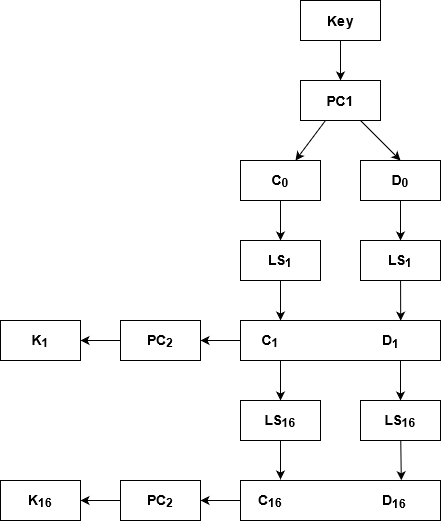
Earlier version of the draw.io export img/schedulation.png (AlbertoSpinella/des-3des-js). Source tidied: cells renumbered, new cells last; positions are measured from the earlier drawing's top-left corner, leaving out a move shared by most shapes. Source of this version:
```xml
<mxGraphModel background="#ffffff">
  <root>
    <mxCell id="0" />
    <mxCell id="1" parent="0" />
    <mxCell id="2" style="edgeStyle=orthogonalEdgeStyle;rounded=0;jettySize=auto;html=1;entryX=0.5;entryY=0;entryDx=0;entryDy=0;" parent="1" edge="1" source="3" target="6">
      <mxGeometry relative="1" as="geometry" />
    </mxCell>
    <mxCell id="3" value="&lt;font style=&quot;font-size: 14px&quot;&gt;&lt;b&gt;Key&lt;/b&gt;&lt;/font&gt;" style="rounded=0;whiteSpace=wrap;html=1;" parent="1" vertex="1">
      <mxGeometry x="300" width="80" height="40" as="geometry" />
    </mxCell>
    <mxCell id="4" style="rounded=0;jettySize=auto;html=1;" parent="1" edge="1" source="6" target="8">
      <mxGeometry relative="1" as="geometry" />
    </mxCell>
    <mxCell id="5" style="edgeStyle=none;rounded=0;jettySize=auto;html=1;entryX=0.5;entryY=0;entryDx=0;entryDy=0;" parent="1" edge="1" source="6" target="10">
      <mxGeometry relative="1" as="geometry" />
    </mxCell>
    <mxCell id="6" value="&lt;font style=&quot;font-size: 14px&quot;&gt;&lt;b&gt;PC1&lt;/b&gt;&lt;/font&gt;" style="rounded=0;whiteSpace=wrap;html=1;" parent="1" vertex="1">
      <mxGeometry x="300" y="80" width="80" height="40" as="geometry" />
    </mxCell>
    <mxCell id="7" style="edgeStyle=none;rounded=0;jettySize=auto;html=1;entryX=0.5;entryY=0;entryDx=0;entryDy=0;" parent="1" edge="1" source="8" target="12">
      <mxGeometry relative="1" as="geometry" />
    </mxCell>
    <mxCell id="8" value="&lt;font style=&quot;font-size: 14px&quot;&gt;&lt;b&gt;C&lt;sub&gt;0&lt;/sub&gt;&lt;/b&gt;&lt;/font&gt;" style="rounded=0;whiteSpace=wrap;html=1;" parent="1" vertex="1">
      <mxGeometry x="240" y="160" width="80" height="40" as="geometry" />
    </mxCell>
    <mxCell id="9" style="edgeStyle=none;rounded=0;jettySize=auto;html=1;entryX=0.5;entryY=0;entryDx=0;entryDy=0;" parent="1" edge="1" source="10" target="14">
      <mxGeometry relative="1" as="geometry" />
    </mxCell>
    <mxCell id="10" value="&lt;font style=&quot;font-size: 14px&quot;&gt;&lt;b&gt;D&lt;sub&gt;0&lt;/sub&gt;&lt;/b&gt;&lt;/font&gt;" style="rounded=0;whiteSpace=wrap;html=1;" parent="1" vertex="1">
      <mxGeometry x="360" y="160" width="80" height="40" as="geometry" />
    </mxCell>
    <mxCell id="11" style="edgeStyle=none;rounded=0;jettySize=auto;html=1;" parent="1" edge="1" source="12">
      <mxGeometry relative="1" as="geometry">
        <mxPoint x="280" y="320" as="targetPoint" />
      </mxGeometry>
    </mxCell>
    <mxCell id="12" value="&lt;font style=&quot;font-size: 14px&quot;&gt;&lt;b&gt;LS&lt;sub&gt;1&lt;/sub&gt;&lt;/b&gt;&lt;/font&gt;" style="rounded=0;whiteSpace=wrap;html=1;" parent="1" vertex="1">
      <mxGeometry x="240" y="240" width="80" height="40" as="geometry" />
    </mxCell>
    <mxCell id="13" style="edgeStyle=none;rounded=0;jettySize=auto;html=1;entryX=0.801;entryY=0.006;entryDx=0;entryDy=0;entryPerimeter=0;" parent="1" edge="1" source="14" target="18">
      <mxGeometry relative="1" as="geometry" />
    </mxCell>
    <mxCell id="14" value="&lt;font style=&quot;font-size: 14px&quot;&gt;&lt;b&gt;LS&lt;sub&gt;1&lt;/sub&gt;&lt;/b&gt;&lt;/font&gt;" style="rounded=0;whiteSpace=wrap;html=1;" parent="1" vertex="1">
      <mxGeometry x="360" y="240" width="80" height="40" as="geometry" />
    </mxCell>
    <mxCell id="15" style="edgeStyle=none;rounded=0;jettySize=auto;html=1;entryX=0.5;entryY=0;entryDx=0;entryDy=0;exitX=0.2;exitY=1.008;exitDx=0;exitDy=0;exitPerimeter=0;" parent="1" edge="1" source="18" target="20">
      <mxGeometry relative="1" as="geometry" />
    </mxCell>
    <mxCell id="16" style="edgeStyle=none;rounded=0;jettySize=auto;html=1;entryX=0.5;entryY=0;entryDx=0;entryDy=0;exitX=0.8;exitY=1;exitDx=0;exitDy=0;exitPerimeter=0;" parent="1" edge="1" source="18" target="22">
      <mxGeometry relative="1" as="geometry" />
    </mxCell>
    <mxCell id="17" style="edgeStyle=none;rounded=0;jettySize=auto;html=1;entryX=1;entryY=0.5;entryDx=0;entryDy=0;" parent="1" edge="1" source="18" target="26">
      <mxGeometry relative="1" as="geometry" />
    </mxCell>
    <mxCell id="18" style="rounded=0;whiteSpace=wrap;html=1;" parent="1" vertex="1">
      <mxGeometry x="240" y="320" width="200" height="40" as="geometry" />
    </mxCell>
    <mxCell id="19" style="edgeStyle=none;rounded=0;jettySize=auto;html=1;" parent="1" edge="1" source="20">
      <mxGeometry relative="1" as="geometry">
        <mxPoint x="280" y="479" as="targetPoint" />
      </mxGeometry>
    </mxCell>
    <mxCell id="20" value="&lt;font style=&quot;font-size: 14px&quot;&gt;&lt;b&gt;LS&lt;sub&gt;16&lt;/sub&gt;&lt;/b&gt;&lt;/font&gt;" style="rounded=0;whiteSpace=wrap;html=1;" parent="1" vertex="1">
      <mxGeometry x="240" y="400" width="80" height="40" as="geometry" />
    </mxCell>
    <mxCell id="21" style="edgeStyle=none;rounded=0;jettySize=auto;html=1;entryX=0.804;entryY=-0.006;entryDx=0;entryDy=0;entryPerimeter=0;" parent="1" edge="1" source="22" target="24">
      <mxGeometry relative="1" as="geometry" />
    </mxCell>
    <mxCell id="22" value="&lt;font style=&quot;font-size: 14px&quot;&gt;&lt;b&gt;LS&lt;sub&gt;16&lt;/sub&gt;&lt;/b&gt;&lt;/font&gt;" style="rounded=0;whiteSpace=wrap;html=1;" parent="1" vertex="1">
      <mxGeometry x="360" y="400" width="80" height="40" as="geometry" />
    </mxCell>
    <mxCell id="23" style="edgeStyle=none;rounded=0;jettySize=auto;html=1;entryX=1;entryY=0.5;entryDx=0;entryDy=0;" parent="1" edge="1" source="24" target="29">
      <mxGeometry relative="1" as="geometry" />
    </mxCell>
    <mxCell id="24" style="rounded=0;whiteSpace=wrap;html=1;" parent="1" vertex="1">
      <mxGeometry x="240" y="480" width="200" height="40" as="geometry" />
    </mxCell>
    <mxCell id="25" style="edgeStyle=none;rounded=0;jettySize=auto;html=1;entryX=1;entryY=0.5;entryDx=0;entryDy=0;" parent="1" edge="1" source="26" target="27">
      <mxGeometry relative="1" as="geometry" />
    </mxCell>
    <mxCell id="26" value="&lt;font style=&quot;font-size: 14px&quot;&gt;&lt;b&gt;PC&lt;sub&gt;2&lt;/sub&gt;&lt;/b&gt;&lt;/font&gt;" style="rounded=0;whiteSpace=wrap;html=1;" parent="1" vertex="1">
      <mxGeometry x="120" y="320" width="80" height="40" as="geometry" />
    </mxCell>
    <mxCell id="27" value="&lt;font style=&quot;font-size: 14px&quot;&gt;&lt;b&gt;K&lt;sub&gt;1&lt;/sub&gt;&lt;/b&gt;&lt;/font&gt;" style="rounded=0;whiteSpace=wrap;html=1;" parent="1" vertex="1">
      <mxGeometry y="320" width="80" height="40" as="geometry" />
    </mxCell>
    <mxCell id="28" style="edgeStyle=none;rounded=0;jettySize=auto;html=1;entryX=1;entryY=0.5;entryDx=0;entryDy=0;" parent="1" edge="1" source="29" target="30">
      <mxGeometry relative="1" as="geometry" />
    </mxCell>
    <mxCell id="29" value="&lt;font style=&quot;font-size: 14px&quot;&gt;&lt;b&gt;PC&lt;sub&gt;2&lt;/sub&gt;&lt;/b&gt;&lt;/font&gt;" style="rounded=0;whiteSpace=wrap;html=1;" parent="1" vertex="1">
      <mxGeometry x="120" y="480" width="80" height="40" as="geometry" />
    </mxCell>
    <mxCell id="30" value="&lt;font style=&quot;font-size: 14px&quot;&gt;&lt;b&gt;K&lt;sub&gt;16&lt;/sub&gt;&lt;/b&gt;&lt;/font&gt;" style="rounded=0;whiteSpace=wrap;html=1;" parent="1" vertex="1">
      <mxGeometry y="480" width="80" height="40" as="geometry" />
    </mxCell>
    <mxCell id="31" value="&lt;font style=&quot;font-size: 14px&quot;&gt;&lt;b&gt;C&lt;sub&gt;1&lt;/sub&gt;&lt;/b&gt;&lt;/font&gt;" style="text;html=1;strokeColor=none;fillColor=none;align=center;verticalAlign=middle;whiteSpace=wrap;rounded=0;" parent="1" vertex="1">
      <mxGeometry x="250" y="330" width="40" height="20" as="geometry" />
    </mxCell>
    <mxCell id="32" value="&lt;font style=&quot;font-size: 14px&quot;&gt;&lt;b&gt;D&lt;sub&gt;1&lt;/sub&gt;&lt;/b&gt;&lt;/font&gt;" style="text;whiteSpace=wrap;html=1;" parent="1" vertex="1">
      <mxGeometry x="380" y="325" width="40" height="30" as="geometry" />
    </mxCell>
    <mxCell id="33" value="&lt;font style=&quot;font-size: 14px&quot;&gt;&lt;b&gt;C&lt;sub&gt;16&lt;/sub&gt;&lt;/b&gt;&lt;/font&gt;" style="text;html=1;strokeColor=none;fillColor=none;align=center;verticalAlign=middle;whiteSpace=wrap;rounded=0;" parent="1" vertex="1">
      <mxGeometry x="250" y="490" width="40" height="20" as="geometry" />
    </mxCell>
    <mxCell id="34" value="&lt;font style=&quot;font-size: 14px&quot;&gt;&lt;b&gt;D&lt;sub&gt;16&lt;/sub&gt;&lt;/b&gt;&lt;/font&gt;" style="text;whiteSpace=wrap;html=1;" parent="1" vertex="1">
      <mxGeometry x="380" y="485" width="40" height="30" as="geometry" />
    </mxCell>
  </root>
</mxGraphModel>
```
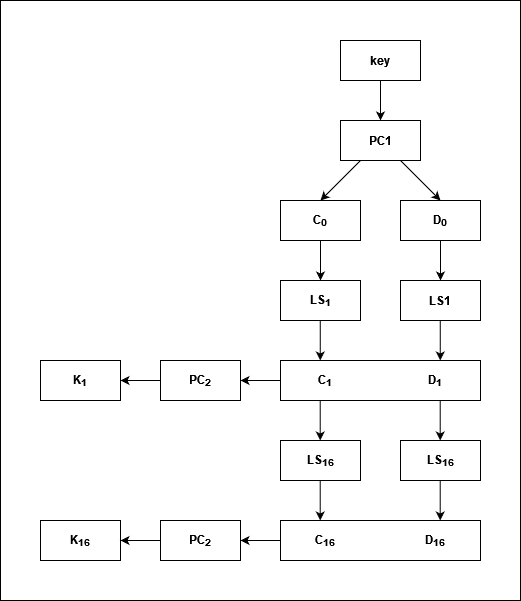
Later version of the same file.

The edit, as a diff of the source:
```diff
@@ -1,109 +1,117 @@
-<mxGraphModel background="#ffffff">
+<mxGraphModel>
   <root>
     <mxCell id="0" />
     <mxCell id="1" parent="0" />
-    <mxCell id="2" style="edgeStyle=orthogonalEdgeStyle;rounded=0;jettySize=auto;html=1;entryX=0.5;entryY=0;entryDx=0;entryDy=0;" parent="1" edge="1" source="3" target="6">
-      <mxGeometry relative="1" as="geometry" />
-    </mxCell>
-    <mxCell id="3" value="&lt;font style=&quot;font-size: 14px&quot;&gt;&lt;b&gt;Key&lt;/b&gt;&lt;/font&gt;" style="rounded=0;whiteSpace=wrap;html=1;" parent="1" vertex="1">
-      <mxGeometry x="300" width="80" height="40" as="geometry" />
-    </mxCell>
+    <mxCell id="35" style="rounded=0;whiteSpace=wrap;html=1;" parent="1" vertex="1">
+      <mxGeometry x="-40" y="-40" width="520" height="600" as="geometry" />
+    </mxCell>
+    <mxCell id="36" style="edgeStyle=orthogonalEdgeStyle;rounded=0;jettySize=auto;html=1;entryX=0.5;entryY=0;entryDx=0;entryDy=0;fontStyle=1;" parent="1" edge="1" source="37" target="6">
+      <mxGeometry relative="1" as="geometry" />
+    </mxCell>
+    <mxCell id="37" value="key" style="rounded=0;whiteSpace=wrap;html=1;fontStyle=1;" parent="1" vertex="1">
+      <mxGeometry x="300" width="80" height="40" as="geometry" />
+    </mxCell>
-    <mxCell id="4" style="rounded=0;jettySize=auto;html=1;" parent="1" edge="1" source="6" target="8">
+    <mxCell id="4" style="rounded=0;jettySize=auto;html=1;entryX=0.5;entryY=0;entryDx=0;entryDy=0;fontStyle=1;" parent="1" edge="1" source="6" target="8">
       <mxGeometry relative="1" as="geometry" />
     </mxCell>
-    <mxCell id="5" style="edgeStyle=none;rounded=0;jettySize=auto;html=1;entryX=0.5;entryY=0;entryDx=0;entryDy=0;" parent="1" edge="1" source="6" target="10">
+    <mxCell id="5" style="edgeStyle=none;rounded=0;jettySize=auto;html=1;entryX=0.5;entryY=0;entryDx=0;entryDy=0;fontStyle=1;" parent="1" edge="1" source="6" target="10">
       <mxGeometry relative="1" as="geometry" />
     </mxCell>
-    <mxCell id="6" value="&lt;font style=&quot;font-size: 14px&quot;&gt;&lt;b&gt;PC1&lt;/b&gt;&lt;/font&gt;" style="rounded=0;whiteSpace=wrap;html=1;" parent="1" vertex="1">
+    <mxCell id="6" value="PC1" style="rounded=0;whiteSpace=wrap;html=1;fontStyle=1;" parent="1" vertex="1">
       <mxGeometry x="300" y="80" width="80" height="40" as="geometry" />
     </mxCell>
-    <mxCell id="7" style="edgeStyle=none;rounded=0;jettySize=auto;html=1;entryX=0.5;entryY=0;entryDx=0;entryDy=0;" parent="1" edge="1" source="8" target="12">
-      <mxGeometry relative="1" as="geometry" />
-    </mxCell>
+    <mxCell id="38" style="edgeStyle=none;rounded=0;jettySize=auto;html=1;entryX=0.5;entryY=0;entryDx=0;entryDy=0;fontStyle=1;" parent="1" edge="1" source="10" target="41">
+      <mxGeometry relative="1" as="geometry" />
+    </mxCell>
+    <mxCell id="10" value="D&lt;sub&gt;0&lt;/sub&gt;" style="rounded=0;whiteSpace=wrap;html=1;fontStyle=1;" parent="1" vertex="1">
+      <mxGeometry x="360" y="160" width="80" height="40" as="geometry" />
+    </mxCell>
+    <mxCell id="39" style="edgeStyle=none;rounded=0;jettySize=auto;html=1;entryX=0.5;entryY=0;entryDx=0;entryDy=0;fontStyle=1;" parent="1" edge="1" source="8" target="40">
+      <mxGeometry relative="1" as="geometry" />
+    </mxCell>
-    <mxCell id="8" value="&lt;font style=&quot;font-size: 14px&quot;&gt;&lt;b&gt;C&lt;sub&gt;0&lt;/sub&gt;&lt;/b&gt;&lt;/font&gt;" style="rounded=0;whiteSpace=wrap;html=1;" parent="1" vertex="1">
+    <mxCell id="8" value="C&lt;sub&gt;0&lt;/sub&gt;" style="rounded=0;whiteSpace=wrap;html=1;fontStyle=1;" parent="1" vertex="1">
       <mxGeometry x="240" y="160" width="80" height="40" as="geometry" />
     </mxCell>
-    <mxCell id="9" style="edgeStyle=none;rounded=0;jettySize=auto;html=1;entryX=0.5;entryY=0;entryDx=0;entryDy=0;" parent="1" edge="1" source="10" target="14">
-      <mxGeometry relative="1" as="geometry" />
-    </mxCell>
-    <mxCell id="10" value="&lt;font style=&quot;font-size: 14px&quot;&gt;&lt;b&gt;D&lt;sub&gt;0&lt;/sub&gt;&lt;/b&gt;&lt;/font&gt;" style="rounded=0;whiteSpace=wrap;html=1;" parent="1" vertex="1">
-      <mxGeometry x="360" y="160" width="80" height="40" as="geometry" />
-    </mxCell>
-    <mxCell id="11" style="edgeStyle=none;rounded=0;jettySize=auto;html=1;" parent="1" edge="1" source="12">
-      <mxGeometry relative="1" as="geometry">
-        <mxPoint x="280" y="320" as="targetPoint" />
-      </mxGeometry>
-    </mxCell>
-    <mxCell id="12" value="&lt;font style=&quot;font-size: 14px&quot;&gt;&lt;b&gt;LS&lt;sub&gt;1&lt;/sub&gt;&lt;/b&gt;&lt;/font&gt;" style="rounded=0;whiteSpace=wrap;html=1;" parent="1" vertex="1">
-      <mxGeometry x="240" y="240" width="80" height="40" as="geometry" />
-    </mxCell>
-    <mxCell id="13" style="edgeStyle=none;rounded=0;jettySize=auto;html=1;entryX=0.801;entryY=0.006;entryDx=0;entryDy=0;entryPerimeter=0;" parent="1" edge="1" source="14" target="18">
-      <mxGeometry relative="1" as="geometry" />
-    </mxCell>
-    <mxCell id="14" value="&lt;font style=&quot;font-size: 14px&quot;&gt;&lt;b&gt;LS&lt;sub&gt;1&lt;/sub&gt;&lt;/b&gt;&lt;/font&gt;" style="rounded=0;whiteSpace=wrap;html=1;" parent="1" vertex="1">
-      <mxGeometry x="360" y="240" width="80" height="40" as="geometry" />
-    </mxCell>
-    <mxCell id="15" style="edgeStyle=none;rounded=0;jettySize=auto;html=1;entryX=0.5;entryY=0;entryDx=0;entryDy=0;exitX=0.2;exitY=1.008;exitDx=0;exitDy=0;exitPerimeter=0;" parent="1" edge="1" source="18" target="20">
-      <mxGeometry relative="1" as="geometry" />
-    </mxCell>
-    <mxCell id="16" style="edgeStyle=none;rounded=0;jettySize=auto;html=1;entryX=0.5;entryY=0;entryDx=0;entryDy=0;exitX=0.8;exitY=1;exitDx=0;exitDy=0;exitPerimeter=0;" parent="1" edge="1" source="18" target="22">
-      <mxGeometry relative="1" as="geometry" />
-    </mxCell>
-    <mxCell id="17" style="edgeStyle=none;rounded=0;jettySize=auto;html=1;entryX=1;entryY=0.5;entryDx=0;entryDy=0;" parent="1" edge="1" source="18" target="26">
-      <mxGeometry relative="1" as="geometry" />
-    </mxCell>
-    <mxCell id="18" style="rounded=0;whiteSpace=wrap;html=1;" parent="1" vertex="1">
-      <mxGeometry x="240" y="320" width="200" height="40" as="geometry" />
-    </mxCell>
-    <mxCell id="19" style="edgeStyle=none;rounded=0;jettySize=auto;html=1;" parent="1" edge="1" source="20">
-      <mxGeometry relative="1" as="geometry">
-        <mxPoint x="280" y="479" as="targetPoint" />
-      </mxGeometry>
-    </mxCell>
-    <mxCell id="20" value="&lt;font style=&quot;font-size: 14px&quot;&gt;&lt;b&gt;LS&lt;sub&gt;16&lt;/sub&gt;&lt;/b&gt;&lt;/font&gt;" style="rounded=0;whiteSpace=wrap;html=1;" parent="1" vertex="1">
-      <mxGeometry x="240" y="400" width="80" height="40" as="geometry" />
-    </mxCell>
-    <mxCell id="21" style="edgeStyle=none;rounded=0;jettySize=auto;html=1;entryX=0.804;entryY=-0.006;entryDx=0;entryDy=0;entryPerimeter=0;" parent="1" edge="1" source="22" target="24">
-      <mxGeometry relative="1" as="geometry" />
-    </mxCell>
-    <mxCell id="22" value="&lt;font style=&quot;font-size: 14px&quot;&gt;&lt;b&gt;LS&lt;sub&gt;16&lt;/sub&gt;&lt;/b&gt;&lt;/font&gt;" style="rounded=0;whiteSpace=wrap;html=1;" parent="1" vertex="1">
-      <mxGeometry x="360" y="400" width="80" height="40" as="geometry" />
-    </mxCell>
-    <mxCell id="23" style="edgeStyle=none;rounded=0;jettySize=auto;html=1;entryX=1;entryY=0.5;entryDx=0;entryDy=0;" parent="1" edge="1" source="24" target="29">
-      <mxGeometry relative="1" as="geometry" />
-    </mxCell>
-    <mxCell id="24" style="rounded=0;whiteSpace=wrap;html=1;" parent="1" vertex="1">
-      <mxGeometry x="240" y="480" width="200" height="40" as="geometry" />
-    </mxCell>
-    <mxCell id="25" style="edgeStyle=none;rounded=0;jettySize=auto;html=1;entryX=1;entryY=0.5;entryDx=0;entryDy=0;" parent="1" edge="1" source="26" target="27">
-      <mxGeometry relative="1" as="geometry" />
-    </mxCell>
-    <mxCell id="26" value="&lt;font style=&quot;font-size: 14px&quot;&gt;&lt;b&gt;PC&lt;sub&gt;2&lt;/sub&gt;&lt;/b&gt;&lt;/font&gt;" style="rounded=0;whiteSpace=wrap;html=1;" parent="1" vertex="1">
-      <mxGeometry x="120" y="320" width="80" height="40" as="geometry" />
-    </mxCell>
+    <mxCell id="40" value="LS&lt;sub&gt;1&lt;/sub&gt;" style="rounded=0;whiteSpace=wrap;html=1;fontStyle=1;" parent="1" vertex="1">
+      <mxGeometry x="240" y="240" width="80" height="40" as="geometry" />
+    </mxCell>
+    <mxCell id="41" value="LS1" style="rounded=0;whiteSpace=wrap;html=1;fontStyle=1;" parent="1" vertex="1">
+      <mxGeometry x="360" y="240" width="80" height="40" as="geometry" />
+    </mxCell>
+    <mxCell id="42" style="edgeStyle=none;rounded=0;jettySize=auto;html=1;entryX=1;entryY=0.5;entryDx=0;entryDy=0;fontStyle=1;" parent="1" edge="1" source="43" target="49">
+      <mxGeometry relative="1" as="geometry" />
+    </mxCell>
+    <mxCell id="43" value="C&lt;sub&gt;1&lt;/sub&gt;&amp;nbsp; &amp;nbsp; &amp;nbsp; &amp;nbsp; &amp;nbsp; &amp;nbsp; &amp;nbsp; &amp;nbsp; &amp;nbsp; &amp;nbsp; &amp;nbsp; &amp;nbsp; &amp;nbsp; &amp;nbsp; &amp;nbsp; &amp;nbsp; D&lt;sub&gt;1&lt;/sub&gt;" style="rounded=0;whiteSpace=wrap;html=1;fontStyle=1;" parent="1" vertex="1">
+      <mxGeometry x="240" y="320" width="200" height="40" as="geometry" />
+    </mxCell>
+    <mxCell id="44" value="LS&lt;sub&gt;16&lt;/sub&gt;" style="rounded=0;whiteSpace=wrap;html=1;fontStyle=1;" parent="1" vertex="1">
+      <mxGeometry x="240" y="400" width="80" height="40" as="geometry" />
+    </mxCell>
+    <mxCell id="45" value="LS&lt;sub&gt;16&lt;/sub&gt;" style="rounded=0;whiteSpace=wrap;html=1;fontStyle=1;" parent="1" vertex="1">
+      <mxGeometry x="360" y="400" width="80" height="40" as="geometry" />
+    </mxCell>
+    <mxCell id="46" style="edgeStyle=none;rounded=0;jettySize=auto;html=1;fontStyle=1;" parent="1" edge="1" source="47" target="51">
+      <mxGeometry relative="1" as="geometry" />
+    </mxCell>
+    <mxCell id="47" value="C&lt;sub&gt;16&lt;/sub&gt;&amp;nbsp;&amp;nbsp;&amp;nbsp;&amp;nbsp;&amp;nbsp;&amp;nbsp;&amp;nbsp;&amp;nbsp;&amp;nbsp;&amp;nbsp;&amp;nbsp;&amp;nbsp;&amp;nbsp;&amp;nbsp;&amp;nbsp;&amp;nbsp;&amp;nbsp;&amp;nbsp;&amp;nbsp;&amp;nbsp;&amp;nbsp;&amp;nbsp;&amp;nbsp;&amp;nbsp;&amp;nbsp;&amp;nbsp;&amp;nbsp;&amp;nbsp;&amp;nbsp; D&lt;sub&gt;16&lt;/sub&gt;" style="rounded=0;whiteSpace=wrap;html=1;fontStyle=1;" parent="1" vertex="1">
+      <mxGeometry x="240" y="480" width="200" height="40" as="geometry" />
+    </mxCell>
+    <mxCell id="48" style="edgeStyle=none;rounded=0;jettySize=auto;html=1;fontStyle=1;" parent="1" edge="1" source="49" target="27">
+      <mxGeometry relative="1" as="geometry" />
+    </mxCell>
+    <mxCell id="49" value="PC&lt;sub&gt;2&lt;/sub&gt;" style="rounded=0;whiteSpace=wrap;html=1;fontStyle=1;" parent="1" vertex="1">
+      <mxGeometry x="120" y="320" width="80" height="40" as="geometry" />
+    </mxCell>
-    <mxCell id="27" value="&lt;font style=&quot;font-size: 14px&quot;&gt;&lt;b&gt;K&lt;sub&gt;1&lt;/sub&gt;&lt;/b&gt;&lt;/font&gt;" style="rounded=0;whiteSpace=wrap;html=1;" parent="1" vertex="1">
+    <mxCell id="27" value="K&lt;sub&gt;1&lt;/sub&gt;" style="rounded=0;whiteSpace=wrap;html=1;fontStyle=1;" parent="1" vertex="1">
       <mxGeometry y="320" width="80" height="40" as="geometry" />
     </mxCell>
-    <mxCell id="28" style="edgeStyle=none;rounded=0;jettySize=auto;html=1;entryX=1;entryY=0.5;entryDx=0;entryDy=0;" parent="1" edge="1" source="29" target="30">
-      <mxGeometry relative="1" as="geometry" />
-    </mxCell>
-    <mxCell id="29" value="&lt;font style=&quot;font-size: 14px&quot;&gt;&lt;b&gt;PC&lt;sub&gt;2&lt;/sub&gt;&lt;/b&gt;&lt;/font&gt;" style="rounded=0;whiteSpace=wrap;html=1;" parent="1" vertex="1">
-      <mxGeometry x="120" y="480" width="80" height="40" as="geometry" />
-    </mxCell>
-    <mxCell id="30" value="&lt;font style=&quot;font-size: 14px&quot;&gt;&lt;b&gt;K&lt;sub&gt;16&lt;/sub&gt;&lt;/b&gt;&lt;/font&gt;" style="rounded=0;whiteSpace=wrap;html=1;" parent="1" vertex="1">
+    <mxCell id="30" value="K&lt;sub&gt;16&lt;/sub&gt;" style="rounded=0;whiteSpace=wrap;html=1;fontStyle=1;" parent="1" vertex="1">
       <mxGeometry y="480" width="80" height="40" as="geometry" />
     </mxCell>
-    <mxCell id="31" value="&lt;font style=&quot;font-size: 14px&quot;&gt;&lt;b&gt;C&lt;sub&gt;1&lt;/sub&gt;&lt;/b&gt;&lt;/font&gt;" style="text;html=1;strokeColor=none;fillColor=none;align=center;verticalAlign=middle;whiteSpace=wrap;rounded=0;" parent="1" vertex="1">
-      <mxGeometry x="250" y="330" width="40" height="20" as="geometry" />
-    </mxCell>
-    <mxCell id="32" value="&lt;font style=&quot;font-size: 14px&quot;&gt;&lt;b&gt;D&lt;sub&gt;1&lt;/sub&gt;&lt;/b&gt;&lt;/font&gt;" style="text;whiteSpace=wrap;html=1;" parent="1" vertex="1">
-      <mxGeometry x="380" y="325" width="40" height="30" as="geometry" />
-    </mxCell>
-    <mxCell id="33" value="&lt;font style=&quot;font-size: 14px&quot;&gt;&lt;b&gt;C&lt;sub&gt;16&lt;/sub&gt;&lt;/b&gt;&lt;/font&gt;" style="text;html=1;strokeColor=none;fillColor=none;align=center;verticalAlign=middle;whiteSpace=wrap;rounded=0;" parent="1" vertex="1">
-      <mxGeometry x="250" y="490" width="40" height="20" as="geometry" />
-    </mxCell>
-    <mxCell id="34" value="&lt;font style=&quot;font-size: 14px&quot;&gt;&lt;b&gt;D&lt;sub&gt;16&lt;/sub&gt;&lt;/b&gt;&lt;/font&gt;" style="text;whiteSpace=wrap;html=1;" parent="1" vertex="1">
-      <mxGeometry x="380" y="485" width="40" height="30" as="geometry" />
-    </mxCell>
+    <mxCell id="50" style="edgeStyle=none;rounded=0;jettySize=auto;html=1;fontStyle=1;" parent="1" edge="1" source="51" target="30">
+      <mxGeometry relative="1" as="geometry" />
+    </mxCell>
+    <mxCell id="51" value="PC&lt;sub&gt;2&lt;/sub&gt;" style="rounded=0;whiteSpace=wrap;html=1;fontStyle=1;" parent="1" vertex="1">
+      <mxGeometry x="120" y="480" width="80" height="40" as="geometry" />
+    </mxCell>
+    <mxCell id="52" style="edgeStyle=none;rounded=0;orthogonalLoop=1;jettySize=auto;html=1;entryX=0.5;entryY=0;entryDx=0;entryDy=0;fontStyle=1;" parent="1" edge="1">
+      <mxGeometry relative="1" as="geometry">
+        <mxPoint x="279.8" y="280" as="sourcePoint" />
+        <mxPoint x="279.8" y="320" as="targetPoint" />
+      </mxGeometry>
+    </mxCell>
+    <mxCell id="53" style="edgeStyle=none;rounded=0;orthogonalLoop=1;jettySize=auto;html=1;entryX=0.5;entryY=0;entryDx=0;entryDy=0;fontStyle=1;" parent="1" edge="1">
+      <mxGeometry relative="1" as="geometry">
+        <mxPoint x="399.8" y="280" as="sourcePoint" />
+        <mxPoint x="399.8" y="320" as="targetPoint" />
+      </mxGeometry>
+    </mxCell>
+    <mxCell id="54" style="edgeStyle=none;rounded=0;orthogonalLoop=1;jettySize=auto;html=1;entryX=0.5;entryY=0;entryDx=0;entryDy=0;fontStyle=1;" parent="1" edge="1">
+      <mxGeometry x="1" y="-63" relative="1" as="geometry">
+        <mxPoint x="279.7" y="360" as="sourcePoint" />
+        <mxPoint x="279.7" y="400" as="targetPoint" />
+        <mxPoint x="43" y="60" as="offset" />
+      </mxGeometry>
+    </mxCell>
+    <mxCell id="55" style="edgeStyle=none;rounded=0;orthogonalLoop=1;jettySize=auto;html=1;entryX=0.5;entryY=0;entryDx=0;entryDy=0;fontStyle=1;" parent="1" edge="1">
+      <mxGeometry relative="1" as="geometry">
+        <mxPoint x="399.7" y="360" as="sourcePoint" />
+        <mxPoint x="399.7" y="400" as="targetPoint" />
+      </mxGeometry>
+    </mxCell>
+    <mxCell id="56" style="edgeStyle=none;rounded=0;orthogonalLoop=1;jettySize=auto;html=1;entryX=0.5;entryY=0;entryDx=0;entryDy=0;fontStyle=1;" parent="1" edge="1">
+      <mxGeometry x="1" y="-63" relative="1" as="geometry">
+        <mxPoint x="279.7" y="440" as="sourcePoint" />
+        <mxPoint x="279.7" y="480" as="targetPoint" />
+        <mxPoint x="43" y="60" as="offset" />
+      </mxGeometry>
+    </mxCell>
+    <mxCell id="57" style="edgeStyle=none;rounded=0;orthogonalLoop=1;jettySize=auto;html=1;entryX=0.5;entryY=0;entryDx=0;entryDy=0;fontStyle=1;" parent="1" edge="1">
+      <mxGeometry x="1" y="-63" relative="1" as="geometry">
+        <mxPoint x="399.7" y="440" as="sourcePoint" />
+        <mxPoint x="399.7" y="480" as="targetPoint" />
+        <mxPoint x="43" y="60" as="offset" />
+      </mxGeometry>
+    </mxCell>
   </root>
 </mxGraphModel>
```
